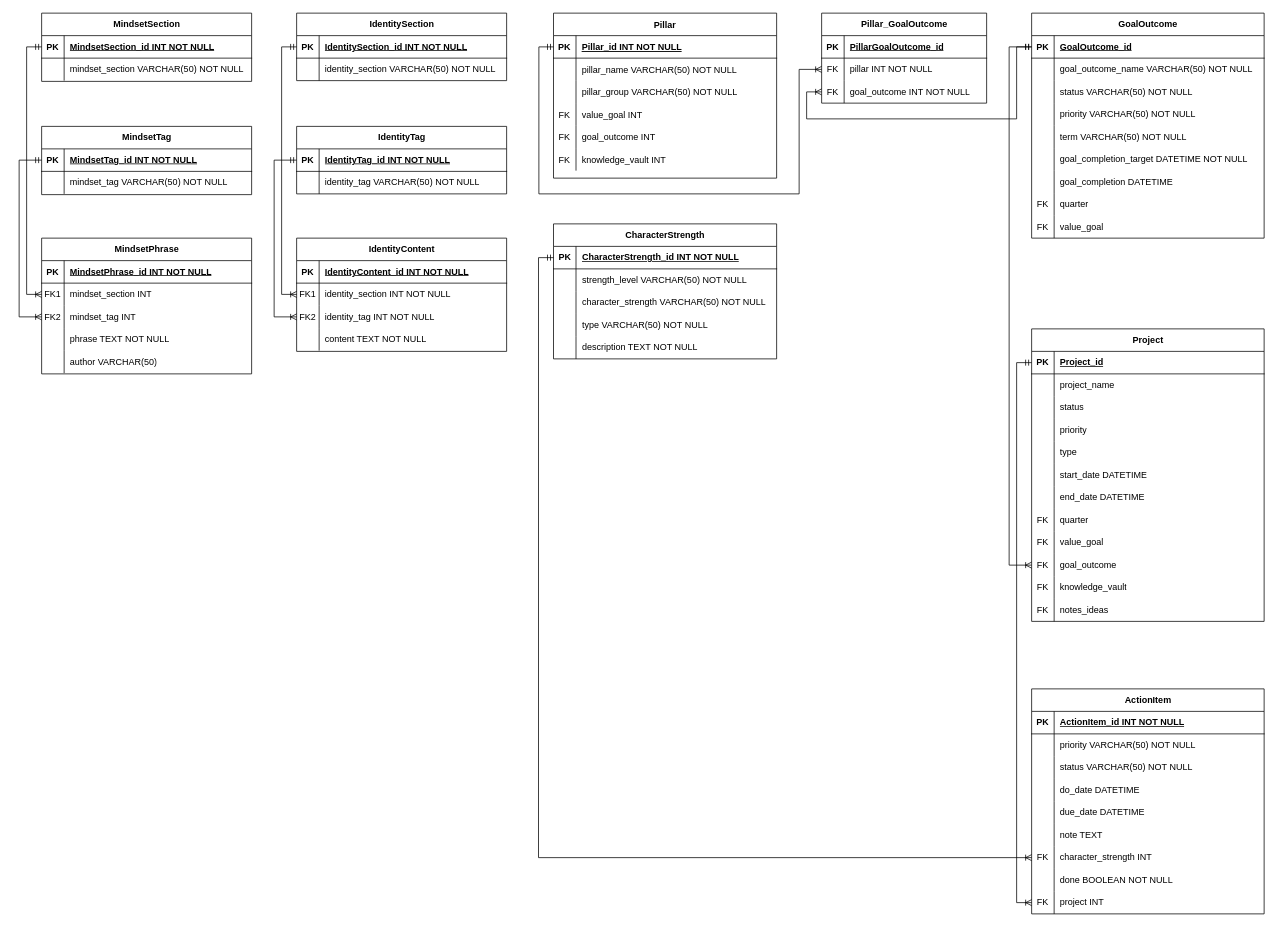
This is Diagrama_ER.drawio from Jpneira2000/life_os, a draw.io file, before an edit. Source tidied: cells renumbered, new cells numbered last; positions are measured from the earlier drawing's top-left corner, leaving out a move shared by most shapes. Both pictures are drawn from the tidied source at 75%, with x=0, y=0 at pixel (19, 13).
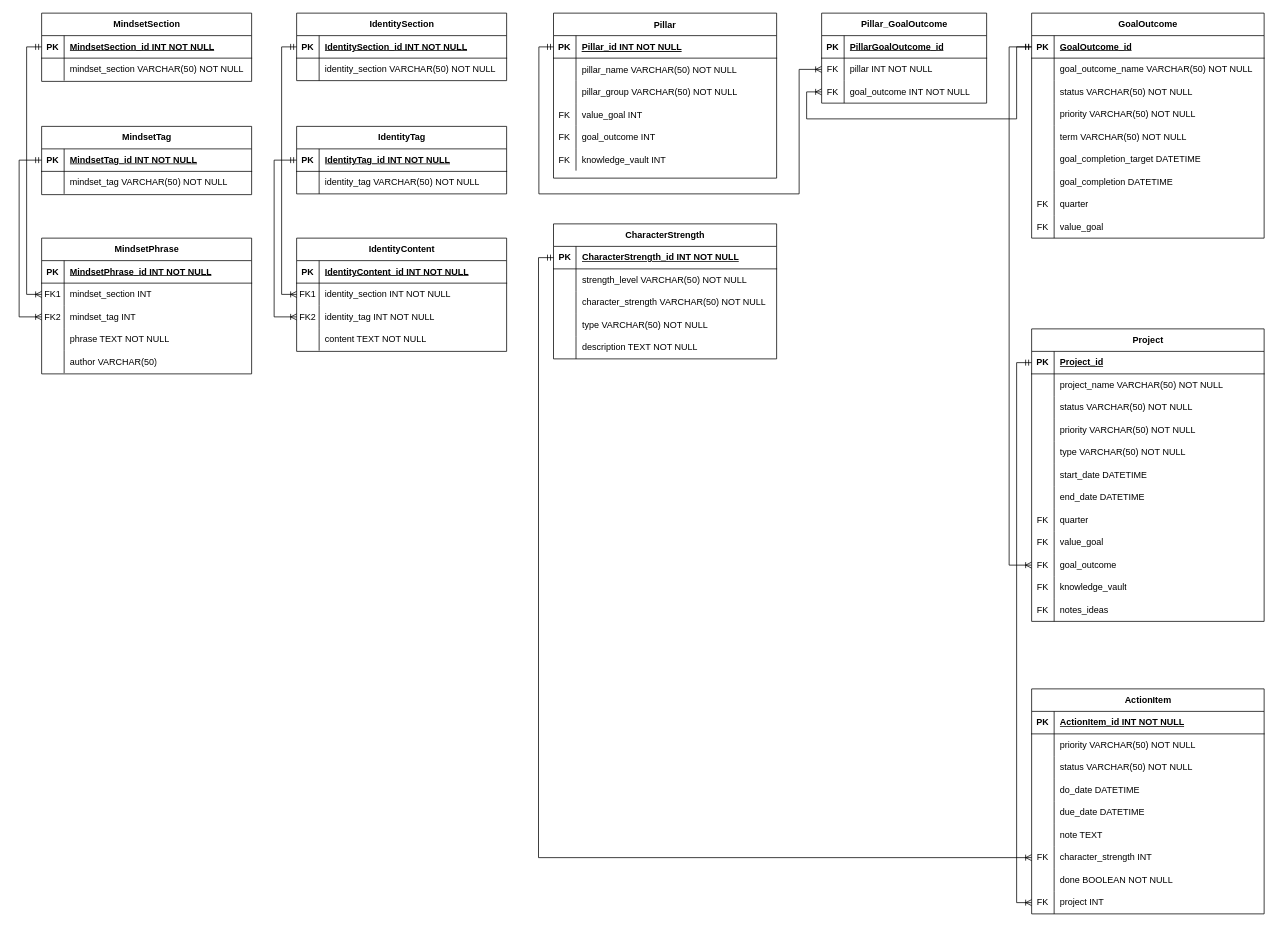
After the change.

Unchanged cells that the change refers to:
```xml
<mxCell id="130" style="shape=tableRow;horizontal=0;startSize=0;swimlaneHead=0;swimlaneBody=0;fillColor=none;top=0;left=0;right=0;bottom=0;" parent="126" vertex="1">
  <mxGeometry y="60" width="310" height="30" as="geometry" />
</mxCell>
<mxCell id="133" style="shape=tableRow;horizontal=0;startSize=0;swimlaneHead=0;swimlaneBody=0;fillColor=none;top=0;left=0;right=0;bottom=0;" parent="126" vertex="1">
  <mxGeometry y="90" width="310" height="30" as="geometry" />
</mxCell>
<mxCell id="136" style="shape=tableRow;horizontal=0;startSize=0;swimlaneHead=0;swimlaneBody=0;fillColor=none;top=0;left=0;right=0;bottom=0;" parent="126" vertex="1">
  <mxGeometry y="120" width="310" height="30" as="geometry" />
</mxCell>
<mxCell id="139" style="shape=tableRow;horizontal=0;startSize=0;swimlaneHead=0;swimlaneBody=0;fillColor=none;top=0;left=0;right=0;bottom=0;" parent="126" vertex="1">
  <mxGeometry y="150" width="310" height="30" as="geometry" />
</mxCell>
<mxCell id="181" style="shape=tableRow;horizontal=0;startSize=0;swimlaneHead=0;swimlaneBody=0;fillColor=none;top=0;left=0;right=0;bottom=0;" parent="165" vertex="1">
  <mxGeometry y="180" width="310" height="30" as="geometry" />
</mxCell>
```

Diff of the diagram source:
```diff
@@
-    <mxCell id="132" value="project_name" style="shape=partialRectangle;fillColor=none;top=0;left=0;bottom=0;right=0;align=left;spacingLeft=6;overflow=hidden;whiteSpace=wrap;html=1;" parent="130" vertex="1">
+    <mxCell id="132" value="project_name VARCHAR(50) NOT NULL" style="shape=partialRectangle;fillColor=none;top=0;left=0;bottom=0;right=0;align=left;spacingLeft=6;overflow=hidden;whiteSpace=wrap;html=1;" parent="130" vertex="1">
       <mxGeometry x="30" width="280" height="30" as="geometry" />
     </mxCell>
@@
-    <mxCell id="135" value="status" style="shape=partialRectangle;fillColor=none;top=0;left=0;bottom=0;right=0;align=left;spacingLeft=6;overflow=hidden;whiteSpace=wrap;html=1;" parent="133" vertex="1">
+    <mxCell id="135" value="status VARCHAR(50) NOT NULL" style="shape=partialRectangle;fillColor=none;top=0;left=0;bottom=0;right=0;align=left;spacingLeft=6;overflow=hidden;whiteSpace=wrap;html=1;" parent="133" vertex="1">
       <mxGeometry x="30" width="280" height="30" as="geometry" />
     </mxCell>
@@
-    <mxCell id="138" value="priority" style="shape=partialRectangle;fillColor=none;top=0;left=0;bottom=0;right=0;align=left;spacingLeft=6;overflow=hidden;whiteSpace=wrap;html=1;" parent="136" vertex="1">
+    <mxCell id="138" value="priority VARCHAR(50) NOT NULL" style="shape=partialRectangle;fillColor=none;top=0;left=0;bottom=0;right=0;align=left;spacingLeft=6;overflow=hidden;whiteSpace=wrap;html=1;" parent="136" vertex="1">
       <mxGeometry x="30" width="280" height="30" as="geometry" />
     </mxCell>
@@
-    <mxCell id="141" value="type" style="shape=partialRectangle;fillColor=none;top=0;left=0;bottom=0;right=0;align=left;spacingLeft=6;overflow=hidden;whiteSpace=wrap;html=1;" parent="139" vertex="1">
+    <mxCell id="141" value="type VARCHAR(50) NOT NULL" style="shape=partialRectangle;fillColor=none;top=0;left=0;bottom=0;right=0;align=left;spacingLeft=6;overflow=hidden;whiteSpace=wrap;html=1;" parent="139" vertex="1">
       <mxGeometry x="30" width="280" height="30" as="geometry" />
     </mxCell>
@@
-    <mxCell id="183" value="goal_completion_target DATETIME NOT NULL" style="shape=partialRectangle;fillColor=none;top=0;left=0;bottom=0;right=0;align=left;spacingLeft=6;overflow=hidden;whiteSpace=wrap;html=1;" parent="181" vertex="1">
+    <mxCell id="183" value="goal_completion_target DATETIME" style="shape=partialRectangle;fillColor=none;top=0;left=0;bottom=0;right=0;align=left;spacingLeft=6;overflow=hidden;whiteSpace=wrap;html=1;" parent="181" vertex="1">
       <mxGeometry x="30" width="280" height="30" as="geometry" />
     </mxCell>
```
